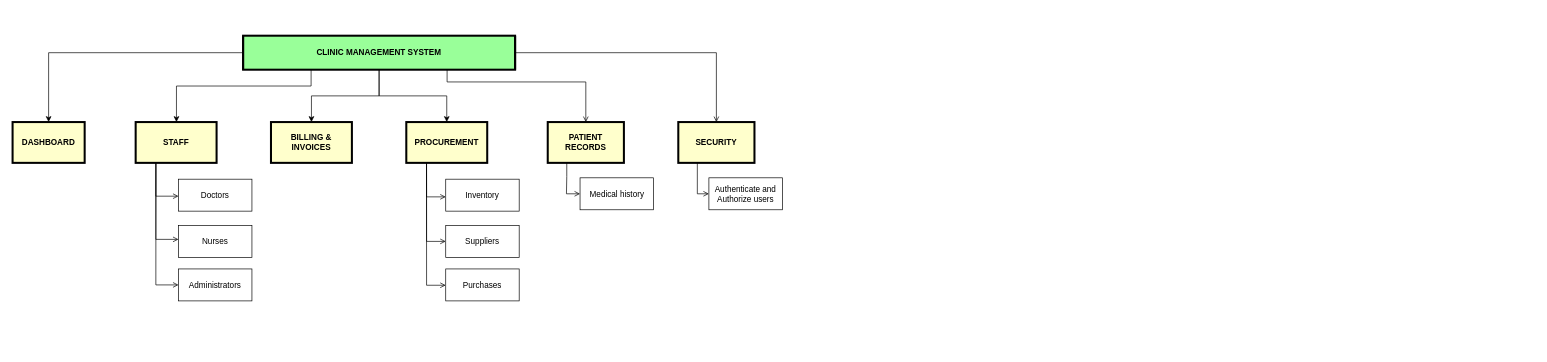
Earlier version of the draw.io diagram Untitled Diagram.drawio (ngakana/EsriSA-YES-drawio-diagrams). Source tidied: cells renumbered, new cells numbered last; positions are measured from the earlier drawing's top-left corner, leaving out a move shared by most shapes. Both pictures are drawn from the tidied source at 68%, with x=0, y=0 at pixel (12, 35).
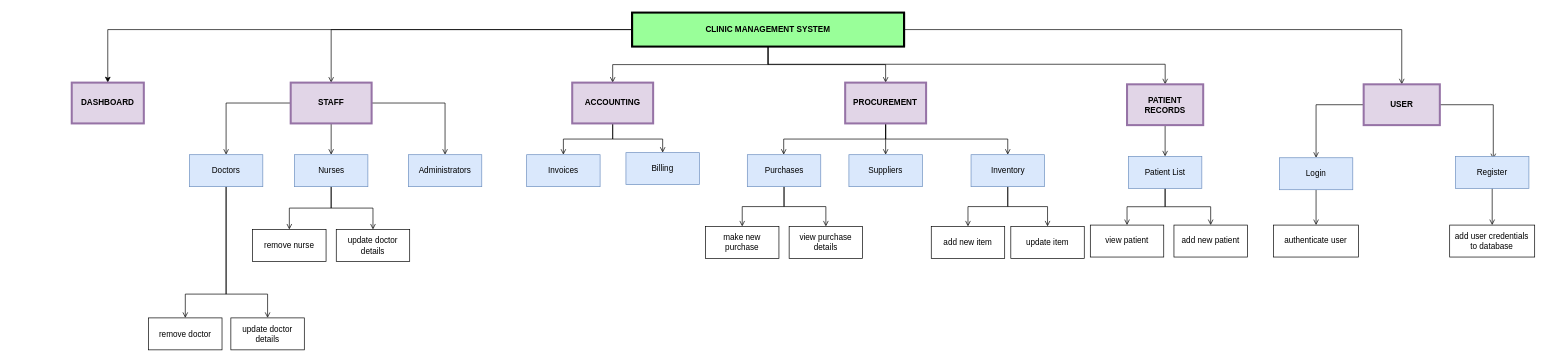
The same diagram, later.

Change to the diagram source:
```diff
@@
+    <mxCell id="5" style="edgeStyle=orthogonalEdgeStyle;rounded=0;jettySize=auto;html=1;startArrow=none;startFill=0;endArrow=open;endFill=0;" parent="1" edge="1" source="7" target="29">
+      <mxGeometry relative="1" as="geometry" />
+    </mxCell>
-    <mxCell id="3" style="edgeStyle=orthogonalEdgeStyle;rounded=0;jettySize=auto;html=1;exitX=0.25;exitY=1;exitDx=0;exitDy=0;" parent="1" edge="1" source="7" target="19">
-      <mxGeometry relative="1" as="geometry">
-        <Array as="points">
-          <mxPoint x="439" y="74" />
-          <mxPoint x="241" y="74" />
-        </Array>
-      </mxGeometry>
+    <mxCell id="3" style="edgeStyle=orthogonalEdgeStyle;rounded=0;jettySize=auto;html=1;startArrow=none;startFill=0;endArrow=open;endFill=0;" parent="1" edge="1" source="7" target="19">
+      <mxGeometry relative="1" as="geometry" />
     </mxCell>
-    <mxCell id="4" style="edgeStyle=orthogonalEdgeStyle;rounded=0;jettySize=auto;html=1;entryX=0.5;entryY=0;entryDx=0;entryDy=0;" parent="1" edge="1" source="7" target="9">
+    <mxCell id="4" style="edgeStyle=orthogonalEdgeStyle;rounded=0;jettySize=auto;html=1;startArrow=none;startFill=0;endArrow=open;endFill=0;" parent="1" edge="1" source="7" target="9">
       <mxGeometry relative="1" as="geometry" />
     </mxCell>
-    <mxCell id="5" style="edgeStyle=orthogonalEdgeStyle;rounded=0;jettySize=auto;html=1;startArrow=none;startFill=0;endArrow=open;endFill=0;" parent="1" edge="1" source="7" target="29">
-      <mxGeometry relative="1" as="geometry" />
-    </mxCell>
+    <mxCell id="31" style="edgeStyle=orthogonalEdgeStyle;rounded=0;jettySize=auto;html=1;exitX=0.5;exitY=1;exitDx=0;exitDy=0;startArrow=none;startFill=0;endArrow=open;endFill=0;" parent="1" edge="1" source="7" target="22">
+      <mxGeometry relative="1" as="geometry" />
+    </mxCell>
-    <mxCell id="6" style="edgeStyle=orthogonalEdgeStyle;rounded=0;jettySize=auto;html=1;exitX=0.75;exitY=1;exitDx=0;exitDy=0;startArrow=none;startFill=0;endArrow=open;endFill=0;" parent="1" edge="1" source="7" target="11">
+    <mxCell id="6" style="edgeStyle=orthogonalEdgeStyle;rounded=0;jettySize=auto;html=1;startArrow=none;startFill=0;endArrow=open;endFill=0;" parent="1" edge="1" source="7" target="11">
       <mxGeometry relative="1" as="geometry">
         <Array as="points">
-          <mxPoint x="639" y="68" />
-          <mxPoint x="843" y="68" />
+          <mxPoint x="1111" y="42" />
+          <mxPoint x="1695" y="42" />
         </Array>
       </mxGeometry>
     </mxCell>
     <mxCell id="7" value="CLINIC MANAGEMENT SYSTEM" style="shape=process;whiteSpace=wrap;align=center;verticalAlign=middle;size=0;fontStyle=1;strokeWidth=3;fillColor=#99FF99;" parent="1" vertex="1">
-      <mxGeometry x="339" width="400" height="50" as="geometry" />
+      <mxGeometry x="911" y="-34" width="400" height="50" as="geometry" />
     </mxCell>
-    <mxCell id="8" value="DASHBOARD" style="whiteSpace=wrap;align=center;verticalAlign=middle;fontStyle=1;strokeWidth=3;fillColor=#FFFFCC;" parent="1" vertex="1">
-      <mxGeometry y="127" width="106" height="60" as="geometry" />
+    <mxCell id="8" value="DASHBOARD" style="whiteSpace=wrap;align=center;verticalAlign=middle;fontStyle=1;strokeWidth=3;fillColor=#e1d5e7;strokeColor=#9673a6;" parent="1" vertex="1">
+      <mxGeometry x="87" y="69" width="106" height="60" as="geometry" />
     </mxCell>
+    <mxCell id="32" style="edgeStyle=orthogonalEdgeStyle;rounded=0;jettySize=auto;html=1;entryX=0.5;entryY=0;entryDx=0;entryDy=0;startArrow=none;startFill=0;endArrow=open;endFill=0;" parent="1" edge="1" source="9" target="51">
+      <mxGeometry relative="1" as="geometry" />
+    </mxCell>
+    <mxCell id="33" style="edgeStyle=orthogonalEdgeStyle;rounded=0;jettySize=auto;html=1;exitX=0.5;exitY=1;exitDx=0;exitDy=0;startArrow=none;startFill=0;endArrow=open;endFill=0;" parent="1" edge="1" source="9" target="50">
+      <mxGeometry relative="1" as="geometry">
+        <Array as="points">
+          <mxPoint x="883" y="152" />
+          <mxPoint x="956" y="152" />
+        </Array>
+      </mxGeometry>
+    </mxCell>
-    <mxCell id="9" value="BILLING &amp; INVOICES" style="whiteSpace=wrap;align=center;verticalAlign=middle;fontStyle=1;strokeWidth=3;fillColor=#FFFFCC;" parent="1" vertex="1">
-      <mxGeometry x="380" y="127" width="119" height="60" as="geometry" />
+    <mxCell id="9" value="ACCOUNTING" style="whiteSpace=wrap;align=center;verticalAlign=middle;fontStyle=1;strokeWidth=3;fillColor=#e1d5e7;strokeColor=#9673a6;" parent="1" vertex="1">
+      <mxGeometry x="823" y="69" width="119" height="60" as="geometry" />
     </mxCell>
-    <mxCell id="10" style="edgeStyle=orthogonalEdgeStyle;rounded=0;jettySize=auto;html=1;exitX=0.25;exitY=1;exitDx=0;exitDy=0;entryX=0;entryY=0.5;entryDx=0;entryDy=0;startArrow=none;startFill=0;endArrow=open;endFill=0;" parent="1" edge="1" source="11" target="17">
-      <mxGeometry relative="1" as="geometry" />
-    </mxCell>
+    <mxCell id="34" style="edgeStyle=orthogonalEdgeStyle;rounded=0;jettySize=auto;html=1;entryX=0.5;entryY=0;entryDx=0;entryDy=0;startArrow=none;startFill=0;endArrow=open;endFill=0;" parent="1" edge="1" source="11" target="57">
+      <mxGeometry relative="1" as="geometry" />
+    </mxCell>
-    <mxCell id="11" value="PATIENT RECORDS" style="whiteSpace=wrap;align=center;verticalAlign=middle;fontStyle=1;strokeWidth=3;fillColor=#FFFFCC;" parent="1" vertex="1">
-      <mxGeometry x="787" y="127" width="112" height="60" as="geometry" />
+    <mxCell id="11" value="PATIENT RECORDS" style="whiteSpace=wrap;align=center;verticalAlign=middle;fontStyle=1;strokeWidth=3;fillColor=#e1d5e7;strokeColor=#9673a6;" parent="1" vertex="1">
+      <mxGeometry x="1638.9" y="71.5" width="112" height="60" as="geometry" />
     </mxCell>
-    <mxCell id="12" style="edgeStyle=orthogonalEdgeStyle;rounded=0;jettySize=auto;html=1;entryX=0.25;entryY=1;entryDx=0;entryDy=0;startArrow=open;startFill=0;endArrow=none;endFill=0;" parent="1" edge="1" source="13" target="22">
-      <mxGeometry relative="1" as="geometry">
-        <Array as="points">
-          <mxPoint x="609" y="237" />
-        </Array>
-      </mxGeometry>
-    </mxCell>
+    <mxCell id="35" style="edgeStyle=orthogonalEdgeStyle;rounded=0;jettySize=auto;html=1;entryX=0.5;entryY=0;entryDx=0;entryDy=0;startArrow=none;startFill=0;endArrow=open;endFill=0;" parent="1" edge="1" source="13" target="60">
+      <mxGeometry relative="1" as="geometry" />
+    </mxCell>
+    <mxCell id="36" style="edgeStyle=orthogonalEdgeStyle;rounded=0;jettySize=auto;html=1;exitX=0.5;exitY=1;exitDx=0;exitDy=0;entryX=0.5;entryY=0;entryDx=0;entryDy=0;startArrow=none;startFill=0;endArrow=open;endFill=0;" parent="1" edge="1" source="13" target="61">
+      <mxGeometry relative="1" as="geometry" />
+    </mxCell>
-    <mxCell id="13" value="Inventory" style="rounded=0;whiteSpace=wrap;html=1;" parent="1" vertex="1">
-      <mxGeometry x="637" y="211" width="108" height="47" as="geometry" />
+    <mxCell id="13" value="Inventory" style="rounded=0;whiteSpace=wrap;html=1;fillColor=#dae8fc;strokeColor=#6c8ebf;" parent="1" vertex="1">
+      <mxGeometry x="1409.5" y="175" width="108" height="47" as="geometry" />
     </mxCell>
-    <mxCell id="14" style="edgeStyle=orthogonalEdgeStyle;rounded=0;jettySize=auto;html=1;startArrow=open;startFill=0;endArrow=none;endFill=0;entryX=0.25;entryY=1;entryDx=0;entryDy=0;" parent="1" edge="1" source="15" target="22">
-      <mxGeometry relative="1" as="geometry">
-        <Array as="points">
-          <mxPoint x="609" y="303" />
-        </Array>
-      </mxGeometry>
-    </mxCell>
-    <mxCell id="15" value="Suppliers" style="rounded=0;whiteSpace=wrap;html=1;" parent="1" vertex="1">
-      <mxGeometry x="637" y="279" width="108" height="47" as="geometry" />
+    <mxCell id="15" value="Suppliers" style="rounded=0;whiteSpace=wrap;html=1;fillColor=#dae8fc;strokeColor=#6c8ebf;" parent="1" vertex="1">
+      <mxGeometry x="1229.9" y="175" width="108" height="47" as="geometry" />
     </mxCell>
+    <mxCell id="37" style="edgeStyle=orthogonalEdgeStyle;rounded=0;jettySize=auto;html=1;exitX=0.5;exitY=1;exitDx=0;exitDy=0;startArrow=none;startFill=0;endArrow=open;endFill=0;" parent="1" edge="1" source="16" target="63">
+      <mxGeometry relative="1" as="geometry" />
+    </mxCell>
+    <mxCell id="38" style="edgeStyle=orthogonalEdgeStyle;rounded=0;jettySize=auto;html=1;startArrow=none;startFill=0;endArrow=open;endFill=0;" parent="1" edge="1" source="16" target="62">
+      <mxGeometry relative="1" as="geometry" />
+    </mxCell>
-    <mxCell id="16" value="Purchases" style="rounded=0;whiteSpace=wrap;html=1;" parent="1" vertex="1">
-      <mxGeometry x="637" y="343" width="108" height="47" as="geometry" />
+    <mxCell id="16" value="Purchases" style="rounded=0;whiteSpace=wrap;html=1;fillColor=#dae8fc;strokeColor=#6c8ebf;" parent="1" vertex="1">
+      <mxGeometry x="1080.5" y="175" width="108" height="47" as="geometry" />
     </mxCell>
-    <mxCell id="17" value="Medical history" style="rounded=0;whiteSpace=wrap;html=1;" parent="1" vertex="1">
-      <mxGeometry x="834.5" y="209" width="108" height="47" as="geometry" />
+    <mxCell id="17" value="view patient" style="rounded=0;whiteSpace=wrap;html=1;" parent="1" vertex="1">
+      <mxGeometry x="1584.9" y="278.5" width="108" height="47" as="geometry" />
     </mxCell>
+    <mxCell id="39" style="edgeStyle=orthogonalEdgeStyle;rounded=0;jettySize=auto;html=1;entryX=0.5;entryY=0;entryDx=0;entryDy=0;startArrow=none;startFill=0;endArrow=open;endFill=0;" parent="1" edge="1" source="19" target="26">
+      <mxGeometry relative="1" as="geometry" />
+    </mxCell>
-    <mxCell id="18" style="edgeStyle=orthogonalEdgeStyle;rounded=0;jettySize=auto;html=1;exitX=0.25;exitY=1;exitDx=0;exitDy=0;entryX=0;entryY=0.5;entryDx=0;entryDy=0;startArrow=none;startFill=0;endArrow=open;endFill=0;" parent="1" edge="1" source="19" target="27">
+    <mxCell id="18" style="edgeStyle=orthogonalEdgeStyle;rounded=0;jettySize=auto;html=1;startArrow=none;startFill=0;endArrow=open;endFill=0;" parent="1" edge="1" source="19" target="27">
       <mxGeometry relative="1" as="geometry" />
     </mxCell>
+    <mxCell id="40" style="edgeStyle=orthogonalEdgeStyle;rounded=0;jettySize=auto;html=1;startArrow=none;startFill=0;endArrow=open;endFill=0;" parent="1" edge="1" source="19" target="24">
+      <mxGeometry relative="1" as="geometry" />
+    </mxCell>
-    <mxCell id="19" value="STAFF" style="whiteSpace=wrap;align=center;verticalAlign=middle;fontStyle=1;strokeWidth=3;fillColor=#FFFFCC;" parent="1" vertex="1">
-      <mxGeometry x="181" y="127" width="119" height="60" as="geometry" />
+    <mxCell id="19" value="STAFF" style="whiteSpace=wrap;align=center;verticalAlign=middle;fontStyle=1;strokeWidth=3;fillColor=#e1d5e7;strokeColor=#9673a6;" parent="1" vertex="1">
+      <mxGeometry x="409" y="69" width="119" height="60" as="geometry" />
     </mxCell>
-    <mxCell id="20" style="edgeStyle=orthogonalEdgeStyle;rounded=0;jettySize=auto;html=1;entryX=0.5;entryY=1;entryDx=0;entryDy=0;endArrow=none;endFill=0;startArrow=classic;startFill=1;" parent="1" edge="1" source="22" target="7">
-      <mxGeometry relative="1" as="geometry" />
-    </mxCell>
-    <mxCell id="21" style="edgeStyle=orthogonalEdgeStyle;rounded=0;jettySize=auto;html=1;exitX=0.25;exitY=1;exitDx=0;exitDy=0;startArrow=none;startFill=0;endArrow=open;endFill=0;" parent="1" edge="1" source="22">
-      <mxGeometry relative="1" as="geometry">
-        <mxPoint x="637" y="367" as="targetPoint" />
-        <Array as="points">
-          <mxPoint x="609" y="367" />
-          <mxPoint x="637" y="367" />
-        </Array>
-      </mxGeometry>
-    </mxCell>
+    <mxCell id="41" style="edgeStyle=orthogonalEdgeStyle;rounded=0;jettySize=auto;html=1;entryX=0.5;entryY=0;entryDx=0;entryDy=0;startArrow=none;startFill=0;endArrow=open;endFill=0;" parent="1" edge="1" source="22" target="15">
+      <mxGeometry relative="1" as="geometry" />
+    </mxCell>
+    <mxCell id="42" style="edgeStyle=orthogonalEdgeStyle;rounded=0;jettySize=auto;html=1;exitX=0.5;exitY=1;exitDx=0;exitDy=0;entryX=0.5;entryY=0;entryDx=0;entryDy=0;startArrow=none;startFill=0;endArrow=open;endFill=0;" parent="1" edge="1" source="22" target="13">
+      <mxGeometry relative="1" as="geometry" />
+    </mxCell>
+    <mxCell id="43" style="edgeStyle=orthogonalEdgeStyle;rounded=0;jettySize=auto;html=1;startArrow=none;startFill=0;endArrow=open;endFill=0;" parent="1" edge="1" source="22" target="16">
+      <mxGeometry relative="1" as="geometry">
+        <Array as="points">
+          <mxPoint x="1284" y="152" />
+          <mxPoint x="1134" y="152" />
+        </Array>
+      </mxGeometry>
+    </mxCell>
-    <mxCell id="22" value="PROCUREMENT" style="whiteSpace=wrap;align=center;verticalAlign=middle;fontStyle=1;strokeWidth=3;fillColor=#FFFFCC;" parent="1" vertex="1">
-      <mxGeometry x="579" y="127" width="119" height="60" as="geometry" />
+    <mxCell id="22" value="PROCUREMENT" style="whiteSpace=wrap;align=center;verticalAlign=middle;fontStyle=1;strokeWidth=3;fillColor=#e1d5e7;strokeColor=#9673a6;" parent="1" vertex="1">
+      <mxGeometry x="1224.4" y="69" width="119" height="60" as="geometry" />
     </mxCell>
-    <mxCell id="23" style="edgeStyle=orthogonalEdgeStyle;rounded=0;jettySize=auto;html=1;entryX=0.25;entryY=1;entryDx=0;entryDy=0;startArrow=open;startFill=0;endArrow=none;endFill=0;" parent="1" edge="1" source="24" target="19">
-      <mxGeometry relative="1" as="geometry">
-        <Array as="points">
-          <mxPoint x="211" y="236" />
-        </Array>
-      </mxGeometry>
-    </mxCell>
+    <mxCell id="44" style="edgeStyle=orthogonalEdgeStyle;rounded=0;jettySize=auto;html=1;entryX=0.5;entryY=0;entryDx=0;entryDy=0;startArrow=none;startFill=0;endArrow=open;endFill=0;" parent="1" edge="1" source="24" target="64">
+      <mxGeometry relative="1" as="geometry">
+        <Array as="points">
+          <mxPoint x="314" y="380" />
+          <mxPoint x="254" y="380" />
+        </Array>
+      </mxGeometry>
+    </mxCell>
+    <mxCell id="45" style="edgeStyle=orthogonalEdgeStyle;rounded=0;jettySize=auto;html=1;startArrow=none;startFill=0;endArrow=open;endFill=0;" parent="1" edge="1" source="24" target="65">
+      <mxGeometry relative="1" as="geometry">
+        <Array as="points">
+          <mxPoint x="314" y="380" />
+          <mxPoint x="375" y="380" />
+        </Array>
+      </mxGeometry>
+    </mxCell>
-    <mxCell id="24" value="Doctors" style="rounded=0;whiteSpace=wrap;html=1;" parent="1" vertex="1">
-      <mxGeometry x="244" y="211" width="108" height="47" as="geometry" />
+    <mxCell id="24" value="Doctors" style="rounded=0;whiteSpace=wrap;html=1;fillColor=#dae8fc;strokeColor=#6c8ebf;" parent="1" vertex="1">
+      <mxGeometry x="260" y="175" width="108" height="47" as="geometry" />
     </mxCell>
-    <mxCell id="25" style="edgeStyle=orthogonalEdgeStyle;rounded=0;jettySize=auto;html=1;entryX=0.25;entryY=1;entryDx=0;entryDy=0;startArrow=open;startFill=0;endArrow=none;endFill=0;exitX=0;exitY=0.437;exitDx=0;exitDy=0;exitPerimeter=0;" parent="1" edge="1" source="26" target="19">
-      <mxGeometry relative="1" as="geometry">
-        <Array as="points">
-          <mxPoint x="211" y="299" />
-        </Array>
-      </mxGeometry>
-    </mxCell>
+    <mxCell id="46" style="edgeStyle=orthogonalEdgeStyle;rounded=0;jettySize=auto;html=1;startArrow=none;startFill=0;endArrow=open;endFill=0;" parent="1" edge="1" source="26" target="66">
+      <mxGeometry relative="1" as="geometry" />
+    </mxCell>
+    <mxCell id="47" style="edgeStyle=orthogonalEdgeStyle;rounded=0;jettySize=auto;html=1;exitX=0.5;exitY=1;exitDx=0;exitDy=0;startArrow=none;startFill=0;endArrow=open;endFill=0;" parent="1" edge="1" source="26" target="67">
+      <mxGeometry relative="1" as="geometry" />
+    </mxCell>
-    <mxCell id="26" value="Nurses" style="rounded=0;whiteSpace=wrap;html=1;" parent="1" vertex="1">
-      <mxGeometry x="244" y="279" width="108" height="47" as="geometry" />
+    <mxCell id="26" value="Nurses" style="rounded=0;whiteSpace=wrap;html=1;fillColor=#dae8fc;strokeColor=#6c8ebf;" parent="1" vertex="1">
+      <mxGeometry x="414.5" y="175" width="108" height="47" as="geometry" />
     </mxCell>
-    <mxCell id="27" value="Administrators" style="rounded=0;whiteSpace=wrap;html=1;" parent="1" vertex="1">
-      <mxGeometry x="244" y="343" width="108" height="47" as="geometry" />
+    <mxCell id="27" value="Administrators" style="rounded=0;whiteSpace=wrap;html=1;fillColor=#dae8fc;strokeColor=#6c8ebf;" parent="1" vertex="1">
+      <mxGeometry x="582" y="175" width="108" height="47" as="geometry" />
     </mxCell>
-    <mxCell id="28" style="edgeStyle=orthogonalEdgeStyle;rounded=0;jettySize=auto;html=1;exitX=0.25;exitY=1;exitDx=0;exitDy=0;entryX=0;entryY=0.5;entryDx=0;entryDy=0;startArrow=none;startFill=0;endArrow=open;endFill=0;" parent="1" edge="1" source="29" target="30">
-      <mxGeometry relative="1" as="geometry">
-        <Array as="points">
-          <mxPoint x="1007" y="232" />
-        </Array>
-      </mxGeometry>
+    <mxCell id="28" style="edgeStyle=orthogonalEdgeStyle;rounded=0;jettySize=auto;html=1;startArrow=none;startFill=0;endArrow=open;endFill=0;" parent="1" edge="1" source="29" target="30">
+      <mxGeometry relative="1" as="geometry" />
     </mxCell>
+    <mxCell id="48" style="edgeStyle=orthogonalEdgeStyle;rounded=0;jettySize=auto;html=1;entryX=0.515;entryY=0.086;entryDx=0;entryDy=0;entryPerimeter=0;startArrow=none;startFill=0;endArrow=open;endFill=0;" parent="1" edge="1" source="29" target="53">
+      <mxGeometry relative="1" as="geometry" />
+    </mxCell>
-    <mxCell id="29" value="SECURITY" style="whiteSpace=wrap;align=center;verticalAlign=middle;fontStyle=1;strokeWidth=3;fillColor=#FFFFCC;" parent="1" vertex="1">
-      <mxGeometry x="979" y="127" width="112" height="60" as="geometry" />
+    <mxCell id="29" value="USER" style="whiteSpace=wrap;align=center;verticalAlign=middle;fontStyle=1;strokeWidth=3;fillColor=#e1d5e7;strokeColor=#9673a6;" parent="1" vertex="1">
+      <mxGeometry x="1986.9" y="71.5" width="112" height="60" as="geometry" />
     </mxCell>
+    <mxCell id="49" style="edgeStyle=orthogonalEdgeStyle;rounded=0;jettySize=auto;html=1;startArrow=none;startFill=0;endArrow=open;endFill=0;" parent="1" edge="1" source="30" target="54">
+      <mxGeometry relative="1" as="geometry" />
+    </mxCell>
-    <mxCell id="30" value="Authenticate and Authorize users" style="rounded=0;whiteSpace=wrap;html=1;" parent="1" vertex="1">
-      <mxGeometry x="1024" y="209" width="108" height="47" as="geometry" />
+    <mxCell id="30" value="Login" style="rounded=0;whiteSpace=wrap;html=1;fillColor=#dae8fc;strokeColor=#6c8ebf;" parent="1" vertex="1">
+      <mxGeometry x="1862.9" y="179.5" width="108" height="47" as="geometry" />
     </mxCell>
+    <mxCell id="50" value="Billing" style="rounded=0;whiteSpace=wrap;html=1;fillColor=#dae8fc;strokeColor=#6c8ebf;" parent="1" vertex="1">
+      <mxGeometry x="902" y="172" width="108" height="47" as="geometry" />
+    </mxCell>
+    <mxCell id="51" value="Invoices" style="rounded=0;whiteSpace=wrap;html=1;fillColor=#dae8fc;strokeColor=#6c8ebf;" parent="1" vertex="1">
+      <mxGeometry x="756" y="175" width="108" height="47" as="geometry" />
+    </mxCell>
+    <mxCell id="52" style="edgeStyle=orthogonalEdgeStyle;rounded=0;jettySize=auto;html=1;startArrow=none;startFill=0;endArrow=open;endFill=0;" parent="1" edge="1" source="53" target="59">
+      <mxGeometry relative="1" as="geometry" />
+    </mxCell>
+    <mxCell id="53" value="Register" style="rounded=0;whiteSpace=wrap;html=1;fillColor=#dae8fc;strokeColor=#6c8ebf;" parent="1" vertex="1">
+      <mxGeometry x="2121.9" y="177.5" width="108" height="47" as="geometry" />
+    </mxCell>
+    <mxCell id="54" value="authenticate user" style="rounded=0;whiteSpace=wrap;html=1;" parent="1" vertex="1">
+      <mxGeometry x="1854.4" y="278.5" width="125" height="47" as="geometry" />
+    </mxCell>
+    <mxCell id="55" style="edgeStyle=orthogonalEdgeStyle;rounded=0;jettySize=auto;html=1;startArrow=none;startFill=0;endArrow=open;endFill=0;exitX=0.5;exitY=1;exitDx=0;exitDy=0;" parent="1" edge="1" source="57" target="58">
+      <mxGeometry relative="1" as="geometry" />
+    </mxCell>
+    <mxCell id="56" style="edgeStyle=orthogonalEdgeStyle;rounded=0;jettySize=auto;html=1;startArrow=none;startFill=0;endArrow=open;endFill=0;" parent="1" edge="1" source="57" target="17">
+      <mxGeometry relative="1" as="geometry" />
+    </mxCell>
+    <mxCell id="57" value="Patient List" style="rounded=0;whiteSpace=wrap;html=1;fillColor=#dae8fc;strokeColor=#6c8ebf;" parent="1" vertex="1">
+      <mxGeometry x="1640.9" y="177.5" width="108" height="47" as="geometry" />
+    </mxCell>
+    <mxCell id="58" value="add new patient" style="rounded=0;whiteSpace=wrap;html=1;" parent="1" vertex="1">
+      <mxGeometry x="1707.9" y="278.5" width="108" height="47" as="geometry" />
+    </mxCell>
+    <mxCell id="59" value="add user credentials&lt;br&gt;to database" style="rounded=0;whiteSpace=wrap;html=1;" parent="1" vertex="1">
+      <mxGeometry x="2113.4" y="278.5" width="125" height="47" as="geometry" />
+    </mxCell>
+    <mxCell id="60" value="add new item" style="rounded=0;whiteSpace=wrap;html=1;" parent="1" vertex="1">
+      <mxGeometry x="1351" y="280.5" width="108" height="47" as="geometry" />
+    </mxCell>
+    <mxCell id="61" value="update item" style="rounded=0;whiteSpace=wrap;html=1;" parent="1" vertex="1">
+      <mxGeometry x="1468" y="280.5" width="108" height="47" as="geometry" />
+    </mxCell>
+    <mxCell id="62" value="make new purchase" style="rounded=0;whiteSpace=wrap;html=1;" parent="1" vertex="1">
+      <mxGeometry x="1019" y="280.5" width="108" height="47" as="geometry" />
+    </mxCell>
+    <mxCell id="63" value="view purchase details" style="rounded=0;whiteSpace=wrap;html=1;" parent="1" vertex="1">
+      <mxGeometry x="1142" y="280.5" width="108" height="47" as="geometry" />
+    </mxCell>
+    <mxCell id="64" value="remove doctor" style="rounded=0;whiteSpace=wrap;html=1;" parent="1" vertex="1">
+      <mxGeometry x="200" y="415" width="108" height="47" as="geometry" />
+    </mxCell>
+    <mxCell id="65" value="update doctor details" style="rounded=0;whiteSpace=wrap;html=1;" parent="1" vertex="1">
+      <mxGeometry x="321" y="415" width="108" height="47" as="geometry" />
+    </mxCell>
+    <mxCell id="66" value="remove nurse" style="rounded=0;whiteSpace=wrap;html=1;" parent="1" vertex="1">
+      <mxGeometry x="353" y="285" width="108" height="47" as="geometry" />
+    </mxCell>
+    <mxCell id="67" value="update doctor details" style="rounded=0;whiteSpace=wrap;html=1;" parent="1" vertex="1">
+      <mxGeometry x="476" y="285" width="108" height="47" as="geometry" />
+    </mxCell>
```
